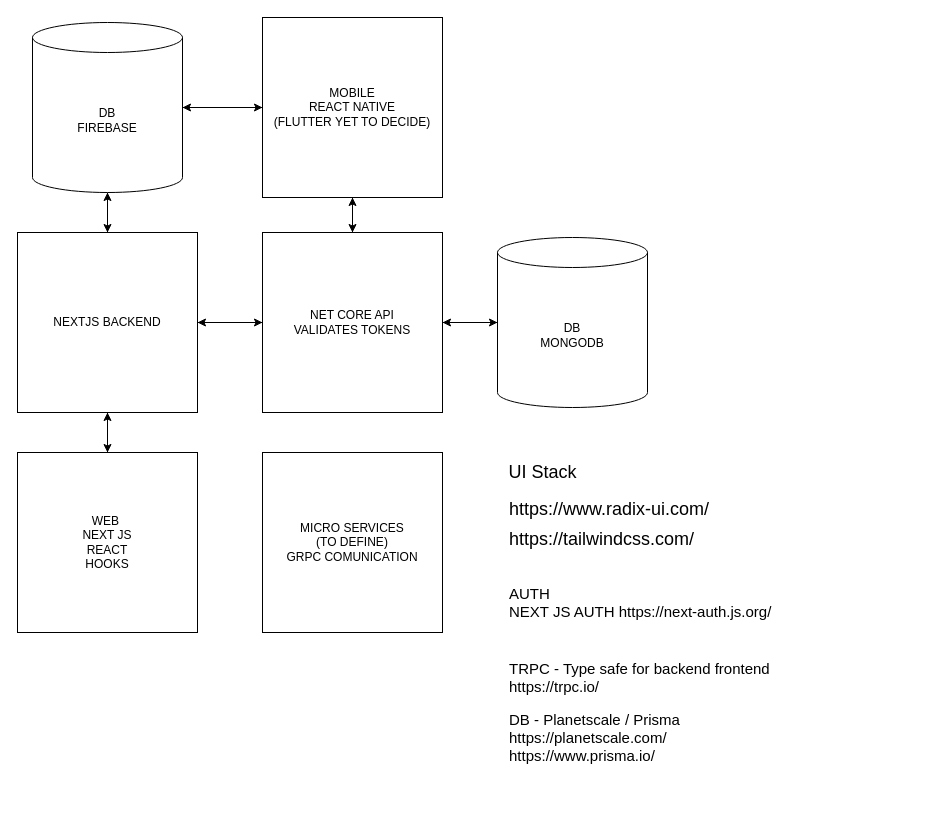
Earlier version of the draw.io diagram page "React Alternative" (1 of 2) of diagrams/GYM_STACK.drawio (emanulz/gym_ctl_planner). Source tidied: cells renumbered, new cells numbered last; positions are measured from the earlier drawing's top-left corner, leaving out a move shared by most shapes. Both pictures are drawn from the tidied source at 100%, with x=0, y=0 at pixel (17, 17).
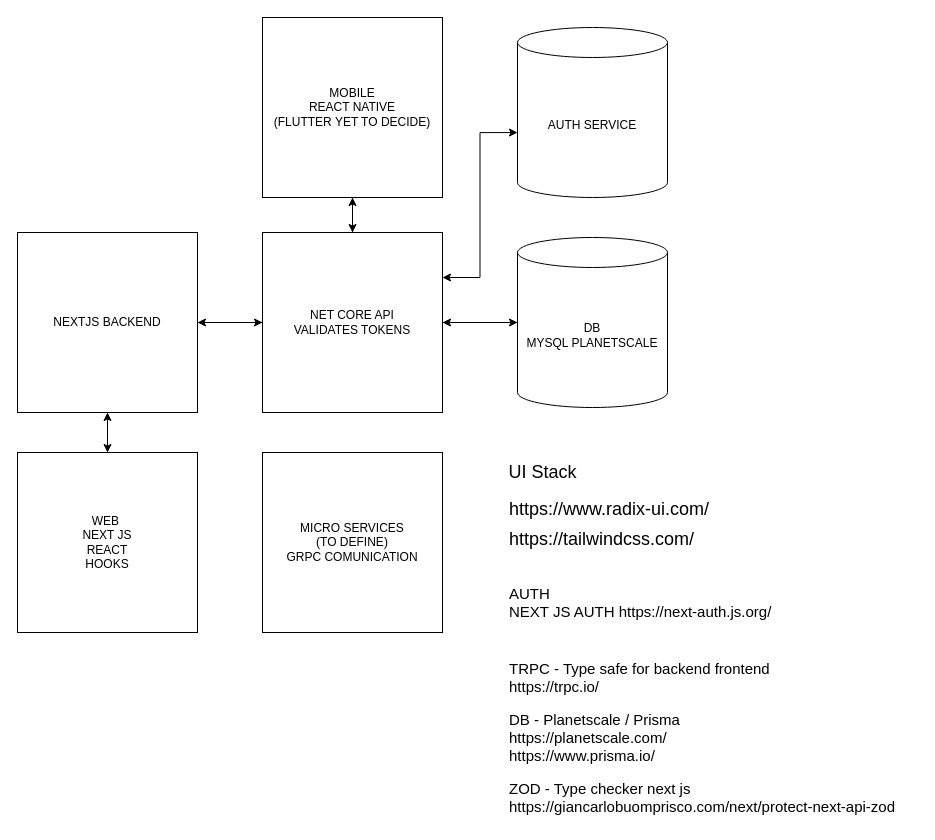
The same page after the edit.

Unchanged cells that the change refers to:
```xml
<mxCell id="6" value="MOBILE&lt;br&gt;REACT NATIVE&lt;br&gt;(FLUTTER YET TO DECIDE)" style="whiteSpace=wrap;html=1;" parent="1" vertex="1">
  <mxGeometry x="245" width="180" height="180" as="geometry" />
</mxCell>
<mxCell id="13" value="NEXTJS BACKEND" style="rounded=0;whiteSpace=wrap;html=1;" parent="1" vertex="1">
  <mxGeometry y="215" width="180" height="180" as="geometry" />
</mxCell>
<mxCell id="23" value="NET CORE API&lt;br&gt;VALIDATES TOKENS" style="whiteSpace=wrap;html=1;" parent="1" vertex="1">
  <mxGeometry x="245" y="215" width="180" height="180" as="geometry" />
</mxCell>
```

Diff of the diagram source:
```diff
@@
-    <mxCell id="4" style="edgeStyle=orthogonalEdgeStyle;rounded=0;jettySize=auto;html=1;exitX=0;exitY=0.5;exitDx=0;exitDy=0;entryX=1;entryY=0.5;entryDx=0;entryDy=0;entryPerimeter=0;fontSize=18;" parent="1" edge="1" source="6" target="9">
-      <mxGeometry relative="1" as="geometry" />
-    </mxCell>
@@
-    <mxCell id="7" style="edgeStyle=orthogonalEdgeStyle;rounded=0;jettySize=auto;html=1;exitX=0.5;exitY=1;exitDx=0;exitDy=0;exitPerimeter=0;entryX=0.5;entryY=0;entryDx=0;entryDy=0;fontSize=18;" parent="1" edge="1" source="9" target="13">
-      <mxGeometry relative="1" as="geometry" />
-    </mxCell>
-    <mxCell id="8" style="edgeStyle=orthogonalEdgeStyle;rounded=0;jettySize=auto;html=1;exitX=1;exitY=0.5;exitDx=0;exitDy=0;exitPerimeter=0;entryX=0;entryY=0.5;entryDx=0;entryDy=0;fontSize=18;" parent="1" edge="1" source="9" target="6">
-      <mxGeometry relative="1" as="geometry" />
-    </mxCell>
-    <mxCell id="9" value="DB&lt;br&gt;FIREBASE" style="shape=cylinder3;whiteSpace=wrap;html=1;boundedLbl=1;backgroundOutline=1;size=15;" parent="1" vertex="1">
-      <mxGeometry x="15" y="5" width="150" height="170" as="geometry" />
+    <mxCell id="9" value="AUTH SERVICE" style="shape=cylinder3;whiteSpace=wrap;html=1;boundedLbl=1;backgroundOutline=1;size=15;" parent="1" vertex="1">
+      <mxGeometry x="500" y="10" width="150" height="170" as="geometry" />
     </mxCell>
-    <mxCell id="10" style="edgeStyle=orthogonalEdgeStyle;rounded=0;jettySize=auto;html=1;exitX=0.5;exitY=0;exitDx=0;exitDy=0;entryX=0.5;entryY=1;entryDx=0;entryDy=0;entryPerimeter=0;fontSize=18;" parent="1" edge="1" source="13" target="9">
-      <mxGeometry relative="1" as="geometry" />
-    </mxCell>
@@
-    <mxCell id="15" value="DB&lt;br&gt;MONGODB" style="shape=cylinder3;whiteSpace=wrap;html=1;boundedLbl=1;backgroundOutline=1;size=15;" parent="1" vertex="1">
-      <mxGeometry x="480" y="220" width="150" height="170" as="geometry" />
+    <mxCell id="15" value="DB&lt;br&gt;MYSQL PLANETSCALE" style="shape=cylinder3;whiteSpace=wrap;html=1;boundedLbl=1;backgroundOutline=1;size=15;" parent="1" vertex="1">
+      <mxGeometry x="500" y="220" width="150" height="170" as="geometry" />
     </mxCell>
@@
+    <mxCell id="27" style="edgeStyle=orthogonalEdgeStyle;rounded=0;jettySize=auto;html=1;exitX=1;exitY=0.25;exitDx=0;exitDy=0;entryX=0;entryY=0.618;entryDx=0;entryDy=0;entryPerimeter=0;fontSize=15;strokeColor=default;startArrow=classic;startFill=1;" parent="1" edge="1" source="23" target="9">
+      <mxGeometry relative="1" as="geometry" />
+    </mxCell>
@@
+    <mxCell id="28" value="&lt;div style=&quot;font-size: 15px;&quot;&gt;&lt;span style=&quot;background-color: initial; font-size: 15px;&quot;&gt;ZOD - Type checker next js&lt;/span&gt;&lt;/div&gt;https://giancarlobuomprisco.com/next/protect-next-api-zod" style="text;html=1;align=left;verticalAlign=middle;strokeColor=none;fillColor=none;fontSize=15;" parent="1" vertex="1">
+      <mxGeometry x="490" y="755" width="410" height="50" as="geometry" />
+    </mxCell>
```
